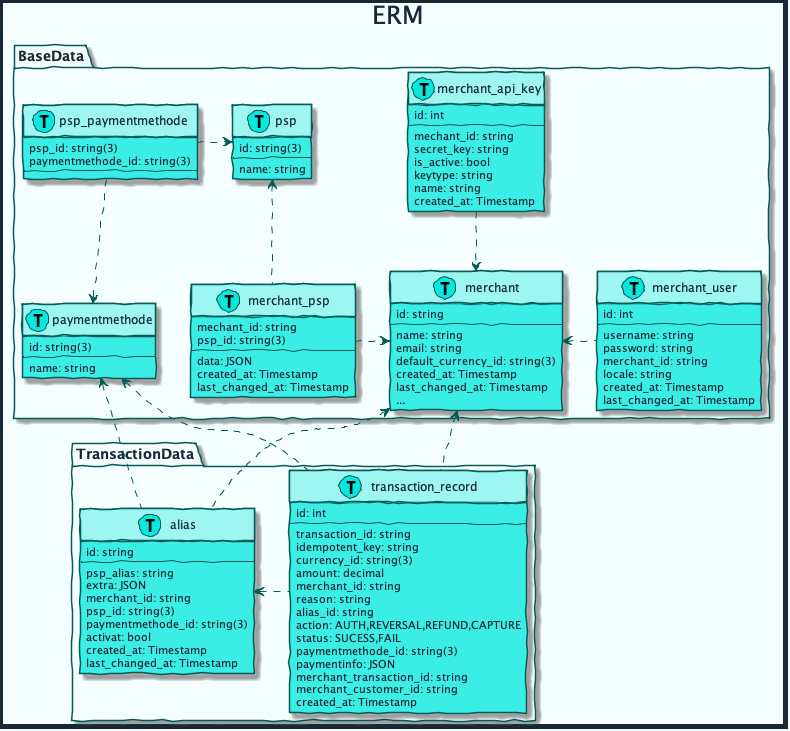
Above: diagrams/out/erm.png in mobilabsolutions/stash-sdk-wiki (PlantUML), before the change. Source of this version:
```plantuml
@startuml erm



skinparam handwritten true
skinparam sequenceMessageAlign center
skinparam ActorBackgroundColor #08E8DE
skinparam ActorBorderColor #035C58
skinparam ActorFontColor #172935
skinparam ActorFontName Raleway
skinparam ArrowColor #035C58
skinparam ArrowFontColor #172935
skinparam ArrowFontName Raleway
skinparam BackgroundColor #F5FEFE
skinparam ClassAttributeFontColor #172935
skinparam ClassAttributeFontName Raleway
skinparam ClassBackgroundColor #3AEDE5
skinparam ClassBorderColor #035C58
skinparam ClassFontColor #172935
skinparam ClassFontName Raleway
skinparam ClassHeaderBackgroundColor #9DF6F2
skinparam ComponentBackgroundColor #3AEDE5
skinparam ComponentBorderColor #035C58
skinparam ComponentFontColor #172935
skinparam ComponentFontName Raleway
skinparam ControlBackgroundColor #08E8DE
skinparam ControlBorderColor #035C58
skinparam ControlFontColor #172935
skinparam ControlFontName Raleway
skinparam DiagramBorderColor #172935
skinparam DiagramBorderThickness 5
skinparam EntityBackgroundColor #08E8DE
skinparam EntityBorderColor #035C58
skinparam EntityFontColor #172935
skinparam EntityFontName Raleway
skinparam PackageBackgroundColor #F5FEFE
skinparam PackageBorderColor #035C58
skinparam PackageFontColor #172935
skinparam PackageFontName Raleway
skinparam SequenceLifeLineBorderColor #035C58
skinparam SequenceTitleFontColor #172935
skinparam SequenceTitleFontName Raleway
skinparam SequenceTitleFontSize 25
skinparam TitleFontColor #172935
skinparam TitleFontName Raleway
skinparam TitleFontSize 25

title ERM

package BaseData {
    class psp << (T, #08E8DE) >>{
        id: string(3)
        --
        name: string
    }

    class paymentmethode << (T, #08E8DE) >>{
        id: string(3)
        --
        name: string
    }

    class psp_paymentmethode << (T, #08E8DE) >>{
        psp_id: string(3)
        paymentmethode_id: string(3)
        --
    }

    class merchant << (T, #08E8DE) >>{
        id: string
        --
        name: string
        email: string
        default_currency_id: string(3)
        created_at: Timestamp
        last_changed_at: Timestamp
        ...
    }

    class merchant_api_key << (T, #08E8DE) >>{
        id: int
        --
        mechant_id: string
        secret_key: string
        is_active: bool
        keytype: string
        name: string
        created_at: Timestamp
    }

    class merchant_psp << (T, #08E8DE) >>{
        mechant_id: string
        psp_id: string(3)
        --
        data: JSON
        created_at: Timestamp
        last_changed_at: Timestamp
    }

    class merchant_user << (T, #08E8DE) >>{
        id: int
        --
        username: string
        password: string
        merchant_id: string
        locale: string
        created_at: Timestamp
        last_changed_at: Timestamp
    }

    merchant_psp .> merchant
    psp <-. merchant_psp
    merchant_api_key .-> merchant
    merchant <. merchant_user
    psp_paymentmethode .-> paymentmethode
    psp_paymentmethode .> psp
}

package TransactionData {
    class alias << (T, #08E8DE) >>{
        id: string
        --
        psp_alias: string
        extra: JSON
        merchant_id: string
        psp_id: string(3)
        paymentmethode_id: string(3)
        activat: bool
        created_at: Timestamp
        last_changed_at: Timestamp
    }

    class transaction_record << (T, #08E8DE) >>{
        id: int
        --
        transaction_id: string
        idempotent_key: string
        currency_id: string(3)
        amount: decimal
        merchant_id: string
        reason: string
        alias_id: string
        action: AUTH,REVERSAL,REFUND,CAPTURE
        status: SUCESS,FAIL
        paymentmethode_id: string(3)
        paymentinfo: JSON
        merchant_transaction_id: string
        merchant_customer_id: string
        created_at: Timestamp
    }

    alias <. transaction_record
}

paymentmethode <.- alias
merchant <.- alias
paymentmethode <.- transaction_record
merchant <.- transaction_record

@enduml
```
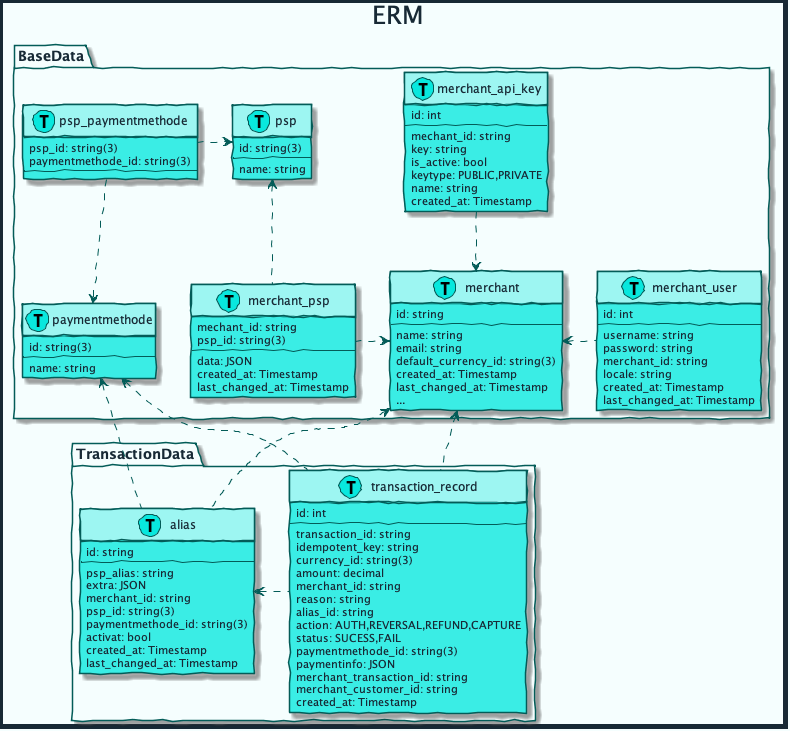
The same diagram one commit later.

What changed in the source:
```diff
@@ -81,9 +81,9 @@
         id: int
         --
         mechant_id: string
-        secret_key: string
+        key: string
         is_active: bool
-        keytype: string
+        keytype: PUBLIC,PRIVATE
         name: string
         created_at: Timestamp
     }
```
